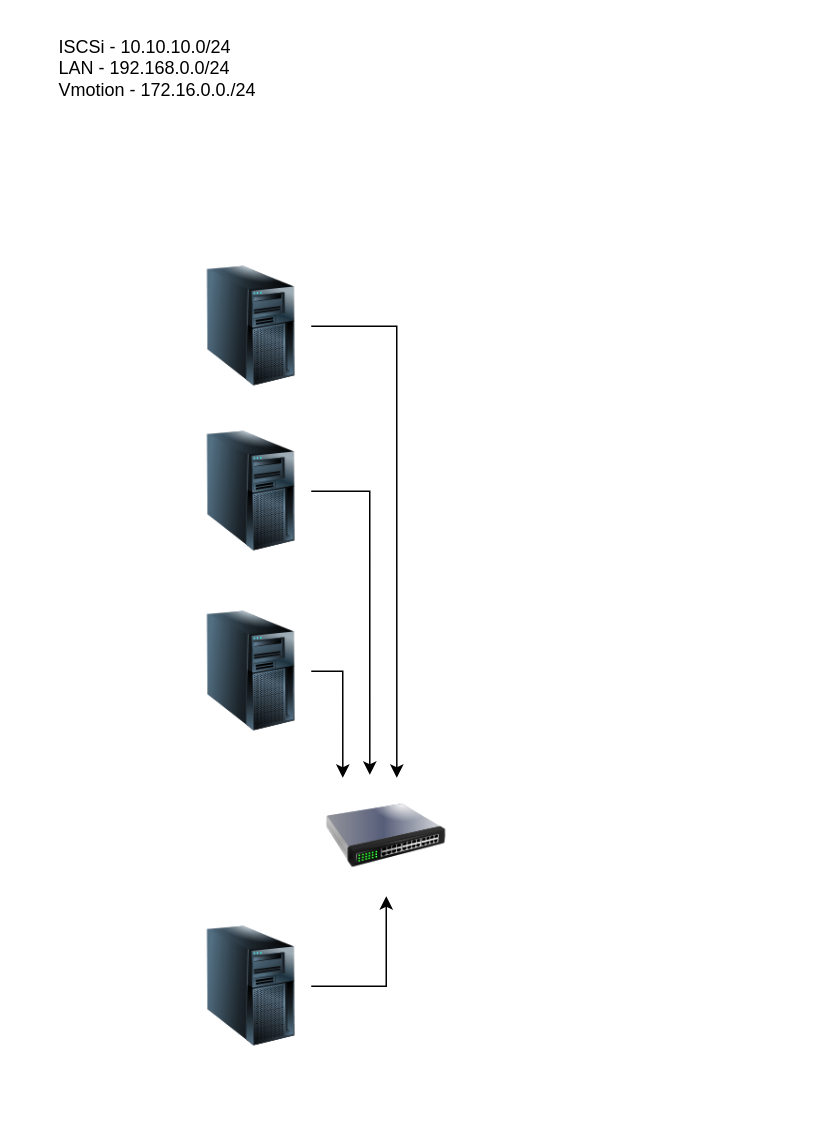
Earlier version of the draw.io diagram Untitled Diagram.drawio (crysal/Shells-of-power). Source tidied: cells renumbered, new cells numbered last; positions are measured from the earlier drawing's top-left corner, leaving out a move shared by most shapes. Both pictures are drawn from the tidied source at 150%, with x=0, y=0 at pixel (56, 26).
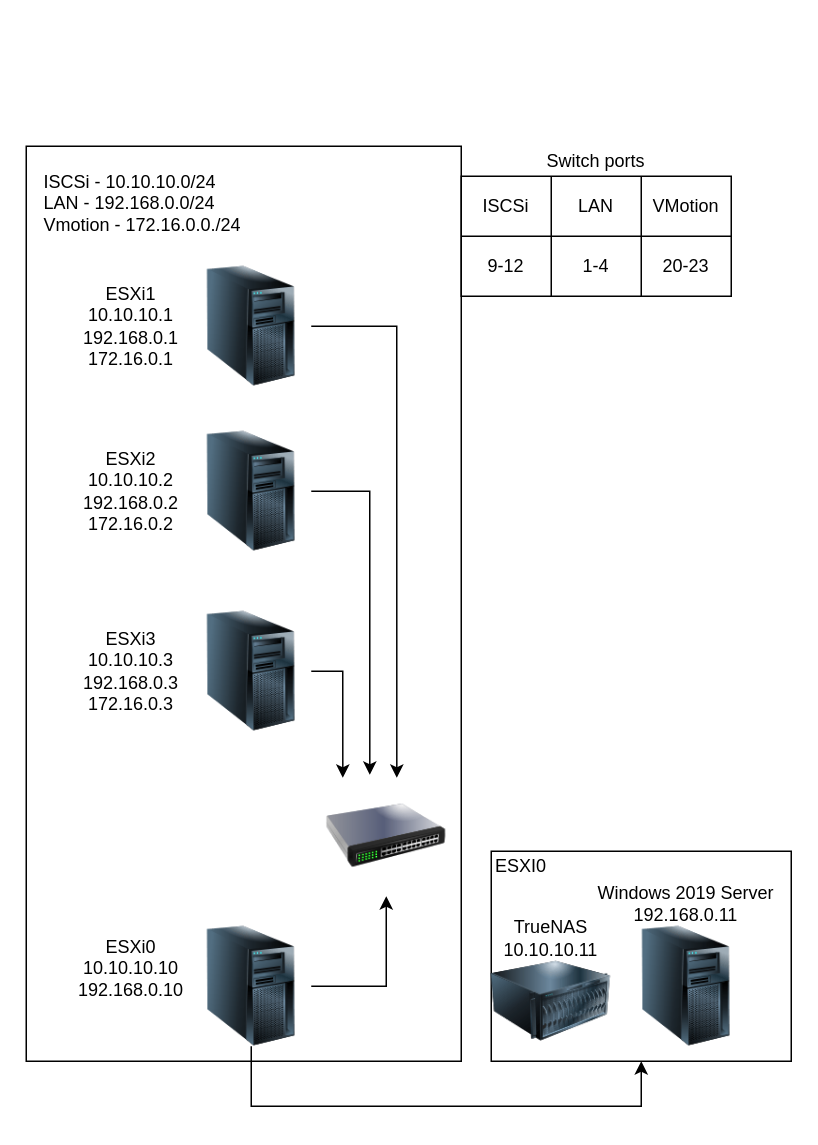
Above is the later version.

Unchanged cells that the change refers to:
```xml
<mxCell id="9" style="image;html=1;image=img/lib/clip_art/computers/Server_Tower_128x128.png;" parent="1" vertex="1">
  <mxGeometry x="90" y="600" width="80" height="80" as="geometry" />
</mxCell>
```

Diff of the diagram source:
```diff
@@
+    <mxCell id="12" style="rounded=0;whiteSpace=wrap;html=1;align=left;labelBackgroundColor=none;fillColor=none;" parent="1" vertex="1">
+      <mxGeometry x="-20" y="80" width="290" height="610" as="geometry" />
+    </mxCell>
@@
+    <mxCell id="13" style="edgeStyle=orthogonalEdgeStyle;rounded=0;jettySize=auto;html=1;entryX=0.5;entryY=1;entryDx=0;entryDy=0;fontColor=#000000;" parent="1" edge="1" source="9" target="18">
+      <mxGeometry relative="1" as="geometry">
+        <Array as="points">
+          <mxPoint x="130" y="720" />
+          <mxPoint x="390" y="720" />
+        </Array>
+      </mxGeometry>
+    </mxCell>
@@
     <mxCell id="11" value="&lt;div&gt;ISCSi - 10.10.10.0/24&lt;/div&gt;&lt;div&gt;LAN - 192.168.0.0/24&lt;/div&gt;&lt;div&gt;Vmotion - 172.16.0.0./24&lt;/div&gt;&lt;div&gt;&lt;br&gt;&lt;/div&gt;&lt;div&gt;&lt;br&gt;&lt;/div&gt;&lt;div&gt;&lt;br&gt;&lt;/div&gt;" style="text;html=1;strokeColor=none;fillColor=none;align=left;verticalAlign=top;whiteSpace=wrap;rounded=0;" parent="1" vertex="1">
-      <mxGeometry width="150" height="60" as="geometry" />
+      <mxGeometry x="-10" y="90" width="150" height="60" as="geometry" />
     </mxCell>
+    <mxCell id="14" value="&lt;div&gt;ESXi1&lt;/div&gt;&lt;div&gt;10.10.10.1&lt;/div&gt;&lt;div&gt;192.168.0.1&lt;/div&gt;&lt;div&gt;172.16.0.1&lt;br&gt;&lt;/div&gt;" style="text;html=1;strokeColor=none;fillColor=none;align=center;verticalAlign=middle;whiteSpace=wrap;rounded=0;" parent="1" vertex="1">
+      <mxGeometry y="165" width="100" height="70" as="geometry" />
+    </mxCell>
+    <mxCell id="15" value="&lt;div&gt;ESXi2&lt;/div&gt;&lt;div&gt;10.10.10.2&lt;/div&gt;&lt;div&gt;192.168.0.2&lt;/div&gt;&lt;div&gt;172.16.0.2&lt;/div&gt;" style="text;html=1;strokeColor=none;fillColor=none;align=center;verticalAlign=middle;whiteSpace=wrap;rounded=0;" parent="1" vertex="1">
+      <mxGeometry y="275" width="100" height="70" as="geometry" />
+    </mxCell>
+    <mxCell id="16" value="&lt;div&gt;ESXi3&lt;/div&gt;&lt;div&gt;10.10.10.3&lt;/div&gt;&lt;div&gt;192.168.0.3&lt;/div&gt;&lt;div&gt;172.16.0.3&lt;br&gt;&lt;/div&gt;" style="text;html=1;strokeColor=none;fillColor=none;align=center;verticalAlign=middle;whiteSpace=wrap;rounded=0;" parent="1" vertex="1">
+      <mxGeometry y="395" width="100" height="70" as="geometry" />
+    </mxCell>
+    <mxCell id="17" value="&lt;div&gt;ESXi0&lt;/div&gt;&lt;div&gt;10.10.10.10&lt;/div&gt;&lt;div&gt;192.168.0.10&lt;/div&gt;&lt;div&gt;&lt;br&gt;&lt;/div&gt;" style="text;html=1;strokeColor=none;fillColor=none;align=center;verticalAlign=middle;whiteSpace=wrap;rounded=0;" parent="1" vertex="1">
+      <mxGeometry y="600" width="100" height="70" as="geometry" />
+    </mxCell>
+    <mxCell id="18" style="rounded=0;whiteSpace=wrap;html=1;align=left;labelBackgroundColor=none;fillColor=none;" parent="1" vertex="1">
+      <mxGeometry x="290" y="550" width="200" height="140" as="geometry" />
+    </mxCell>
+    <mxCell id="19" style="image;html=1;image=img/lib/clip_art/computers/Server_128x128.png;labelBackgroundColor=none;fillColor=none;gradientColor=none;fontColor=#000000;align=left;" parent="1" vertex="1">
+      <mxGeometry x="290" y="610" width="80" height="80" as="geometry" />
+    </mxCell>
+    <mxCell id="20" value="ESXI0" style="text;html=1;strokeColor=none;fillColor=none;align=center;verticalAlign=middle;whiteSpace=wrap;rounded=0;labelBackgroundColor=none;fontColor=#000000;" parent="1" vertex="1">
+      <mxGeometry x="290" y="550" width="40" height="20" as="geometry" />
+    </mxCell>
+    <mxCell id="21" value="&lt;div&gt;TrueNAS&lt;/div&gt;&lt;div&gt;10.10.10.11&lt;br&gt;&lt;/div&gt;" style="text;html=1;strokeColor=none;fillColor=none;align=center;verticalAlign=middle;whiteSpace=wrap;rounded=0;labelBackgroundColor=none;fontColor=#000000;" parent="1" vertex="1">
+      <mxGeometry x="280" y="585" width="100" height="45" as="geometry" />
+    </mxCell>
+    <mxCell id="22" style="image;html=1;image=img/lib/clip_art/computers/Server_Tower_128x128.png;labelBackgroundColor=none;fillColor=none;gradientColor=none;fontColor=#000000;align=left;" parent="1" vertex="1">
+      <mxGeometry x="380" y="600" width="80" height="80" as="geometry" />
+    </mxCell>
+    <mxCell id="23" value="&lt;div&gt;Windows 2019 Server&lt;/div&gt;&lt;div&gt;192.168.0.11&lt;br&gt;&lt;/div&gt;" style="text;html=1;strokeColor=none;fillColor=none;align=center;verticalAlign=middle;whiteSpace=wrap;rounded=0;labelBackgroundColor=none;fontColor=#000000;" parent="1" vertex="1">
+      <mxGeometry x="355" y="560" width="130" height="50" as="geometry" />
+    </mxCell>
+    <mxCell id="24" style="shape=table;html=1;whiteSpace=wrap;startSize=0;childLayout=tableLayout;labelBackgroundColor=none;fillColor=none;gradientColor=none;fontColor=#000000;align=left;" parent="1" vertex="1">
+      <mxGeometry x="270" y="100" width="180" height="80" as="geometry" />
+    </mxCell>
+    <mxCell id="25" style="shape=partialRectangle;html=1;whiteSpace=wrap;fillColor=none;top=0;left=0;bottom=0;right=0;" parent="24" vertex="1">
+      <mxGeometry width="180" height="40" as="geometry" />
+    </mxCell>
+    <mxCell id="26" value="ISCSi" style="shape=partialRectangle;html=1;whiteSpace=wrap;fillColor=none;top=0;left=0;bottom=0;right=0;overflow=hidden;" parent="25" vertex="1">
+      <mxGeometry width="60" height="40" as="geometry" />
+    </mxCell>
+    <mxCell id="27" value="LAN" style="shape=partialRectangle;html=1;whiteSpace=wrap;fillColor=none;top=0;left=0;bottom=0;right=0;overflow=hidden;" parent="25" vertex="1">
+      <mxGeometry x="60" width="60" height="40" as="geometry" />
+    </mxCell>
+    <mxCell id="28" value="VMotion" style="shape=partialRectangle;html=1;whiteSpace=wrap;fillColor=none;top=0;left=0;bottom=0;right=0;overflow=hidden;" parent="25" vertex="1">
+      <mxGeometry x="120" width="60" height="40" as="geometry" />
+    </mxCell>
+    <mxCell id="29" style="shape=partialRectangle;html=1;whiteSpace=wrap;fillColor=none;top=0;left=0;bottom=0;right=0;" parent="24" vertex="1">
+      <mxGeometry y="40" width="180" height="40" as="geometry" />
+    </mxCell>
+    <mxCell id="30" value="9-12" style="shape=partialRectangle;html=1;whiteSpace=wrap;fillColor=none;top=0;left=0;bottom=0;right=0;overflow=hidden;" parent="29" vertex="1">
+      <mxGeometry width="60" height="40" as="geometry" />
+    </mxCell>
+    <mxCell id="31" value="1-4" style="shape=partialRectangle;html=1;whiteSpace=wrap;fillColor=none;top=0;left=0;bottom=0;right=0;overflow=hidden;" parent="29" vertex="1">
+      <mxGeometry x="60" width="60" height="40" as="geometry" />
+    </mxCell>
+    <mxCell id="32" value="20-23" style="shape=partialRectangle;html=1;whiteSpace=wrap;fillColor=none;top=0;left=0;bottom=0;right=0;overflow=hidden;" parent="29" vertex="1">
+      <mxGeometry x="120" width="60" height="40" as="geometry" />
+    </mxCell>
+    <mxCell id="33" value="Switch ports" style="text;html=1;strokeColor=none;fillColor=none;align=center;verticalAlign=middle;whiteSpace=wrap;rounded=0;labelBackgroundColor=none;fontColor=#000000;" parent="1" vertex="1">
+      <mxGeometry x="315" y="80" width="90" height="20" as="geometry" />
+    </mxCell>
```
